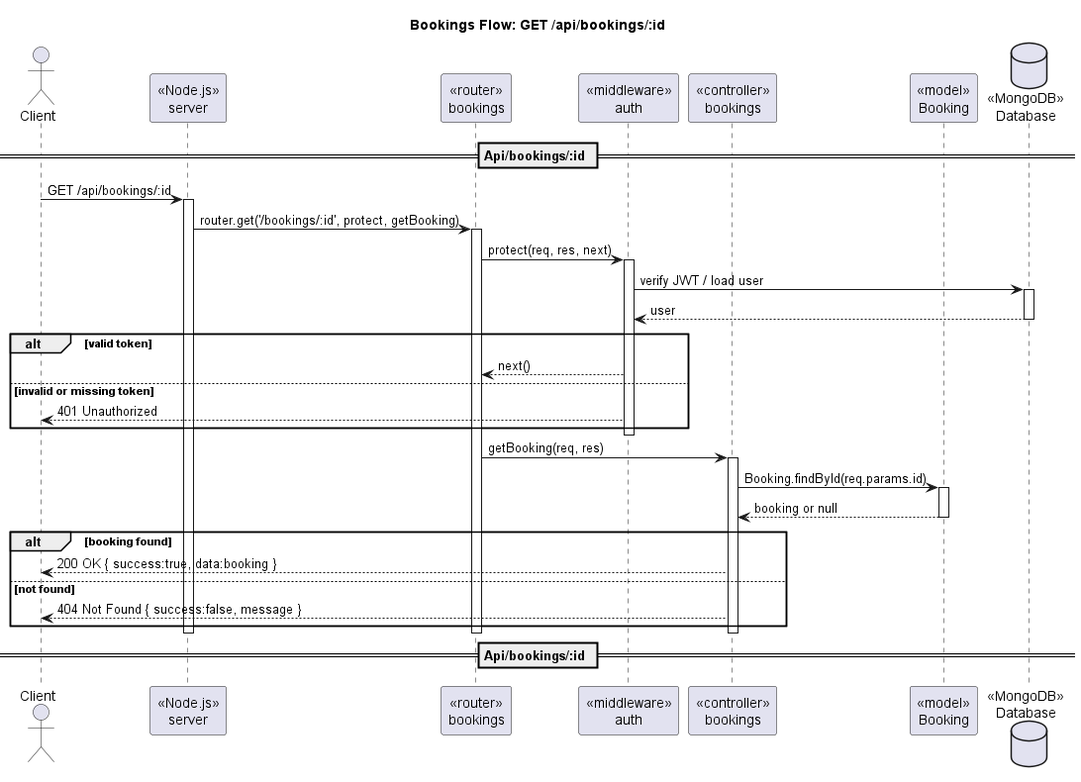
This is out/docs/diagram/sequence/seq_booking_id_get.png from 098ff/ArtmaybeDEV, a PlantUML export, as it was before one commit. Its diagram source:
```plantuml
@startuml
title Bookings Flow: GET /api/bookings/:id
actor Client
participant "«Node.js»\nserver" as Server
participant "«router»\nbookings" as Router
participant "«middleware»\nauth" as AuthMW
participant "«controller»\nbookings" as Ctrl
participant "«model»\nBooking" as BookingModel
database "«MongoDB»\nDatabase" as DB

== Api/bookings/:id ==
Client -> Server : GET /api/bookings/:id
activate Server
Server -> Router : router.get('/bookings/:id', protect, getBooking)
activate Router

Router -> AuthMW : protect(req, res, next)
activate AuthMW
AuthMW -> DB : verify JWT / load user
activate DB
DB --> AuthMW : user
deactivate DB

alt valid token
  AuthMW --> Router : next()
else invalid or missing token
  AuthMW --> Client : 401 Unauthorized
end
deactivate AuthMW

Router -> Ctrl : getBooking(req, res)
activate Ctrl
Ctrl -> BookingModel : Booking.findById(req.params.id)
activate BookingModel
BookingModel --> Ctrl : booking or null
deactivate BookingModel

alt booking found
  Ctrl --> Client : 200 OK { success:true, data:booking }
else not found
  Ctrl --> Client : 404 Not Found { success:false, message }
end

deactivate Ctrl
deactivate Router
deactivate Server
== Api/bookings/:id ==
@enduml
```
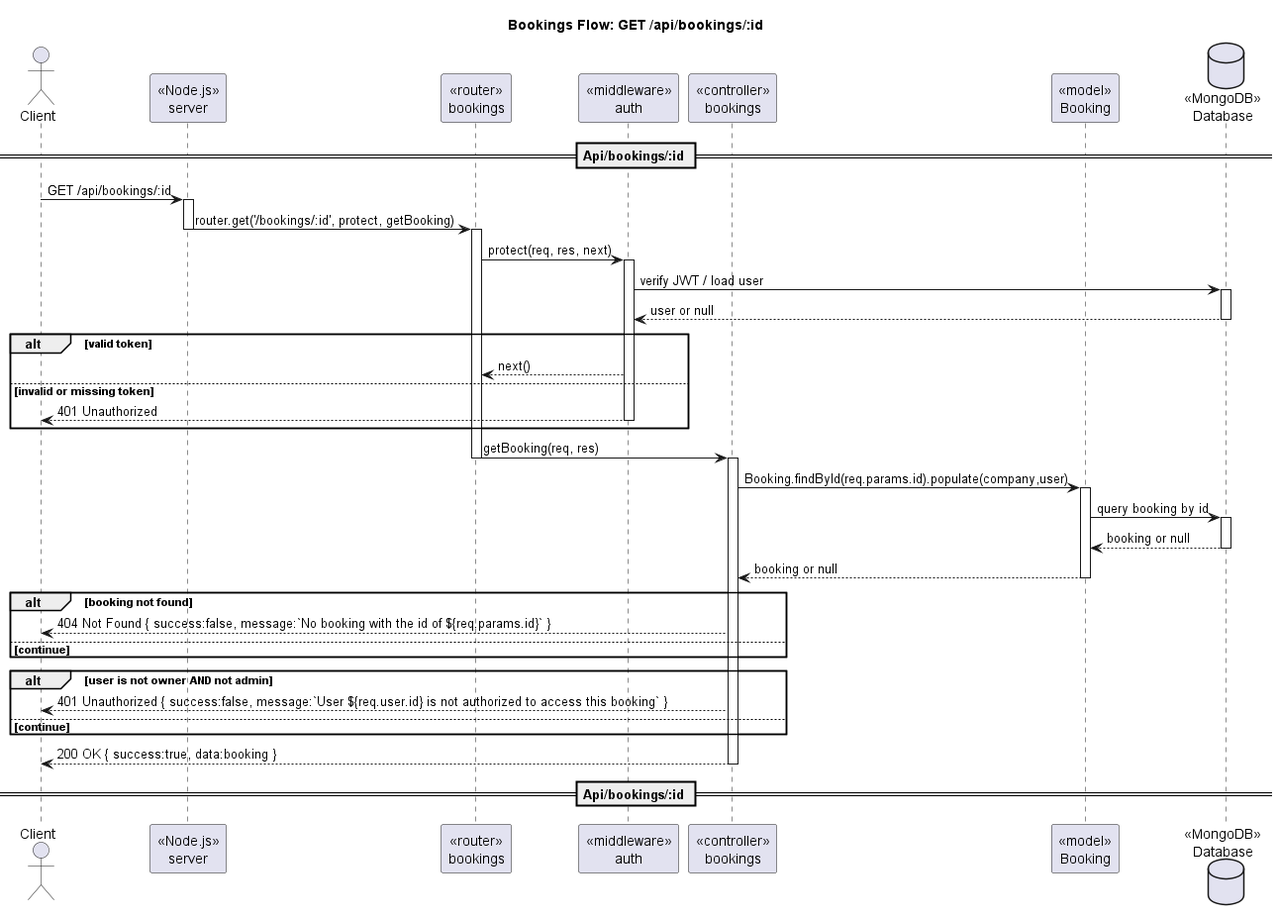
The same diagram one commit later.

Commit message:
feat/booking get & get by id

Change to the diagram source:
```diff
@@ -12,34 +12,51 @@
 Client -> Server : GET /api/bookings/:id
 activate Server
 Server -> Router : router.get('/bookings/:id', protect, getBooking)
+deactivate Server
 activate Router
 
 Router -> AuthMW : protect(req, res, next)
 activate AuthMW
 AuthMW -> DB : verify JWT / load user
 activate DB
-DB --> AuthMW : user
+DB --> AuthMW : user or null
 deactivate DB
 
 alt valid token
   AuthMW --> Router : next()
 else invalid or missing token
   AuthMW --> Client : 401 Unauthorized
+  deactivate AuthMW
 end
-deactivate AuthMW
 
 Router -> Ctrl : getBooking(req, res)
+deactivate Router
 activate Ctrl
-Ctrl -> BookingModel : Booking.findById(req.params.id)
+
+Ctrl -> BookingModel : Booking.findById(req.params.id).populate(company,user)
 activate BookingModel
+BookingModel -> DB : query booking by id
+activate DB
+DB --> BookingModel : booking or null
+deactivate DB
 BookingModel --> Ctrl : booking or null
 deactivate BookingModel
 
-alt booking found
-  Ctrl --> Client : 200 OK { success:true, data:booking }
-else not found
-  Ctrl --> Client : 404 Not Found { success:false, message }
+alt booking not found
+  Ctrl --> Client : 404 Not Found { success:false, message:`No booking with the id of ${req.params.id}` }
+  deactivate Router
+  deactivate Server
+else continue
 end
+
+alt user is not owner AND not admin
+  Ctrl --> Client : 401 Unauthorized { success:false, message:`User ${req.user.id} is not authorized to access this booking` }
+  deactivate Router
+  deactivate Server
+else continue
+end
+
+Ctrl --> Client : 200 OK { success:true, data:booking }
 
 deactivate Ctrl
 deactivate Router
```
